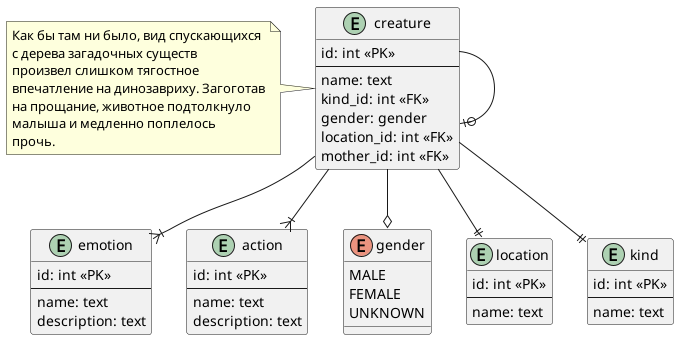
Above: doc/lab-1/report/img/low-er-diagram.png in vityaman-edu/db-labs-basic (PlantUML), before the change. The source it was exported from:
```plantuml
@startuml Lab 1 Entity-Relation Diagram

entity creature {
    id: int <<PK>>
    --
    name: text
    kind_id: int <<FK>>
    gender: gender
    location_id: int <<FK>>
    mother_id: int <<FK>>
}

entity emotion {
    id: int <<PK>>
    --
    name: text
    description: text
}

entity action {
    id: int <<PK>>
    --
    name: text
    description: text
}

enum gender {
    MALE
    FEMALE
    UNKNOWN
}

entity location {
    id: int <<PK>>
    --
    name: text
}

entity kind {
    id: int <<PK>>
    --
    name: text
}

creature --||kind
creature --o gender
creature --||location
creature --|{ emotion
creature --|{ action
creature --o| creature

note left of creature
  Как бы там ни было, вид спускающихся
  с дерева загадочных существ
  произвел слишком тягостное
  впечатление на динозавриху. Загоготав
  на прощание, животное подтолкнуло
  малыша и медленно поплелось
  прочь.
end note

@enduml
```
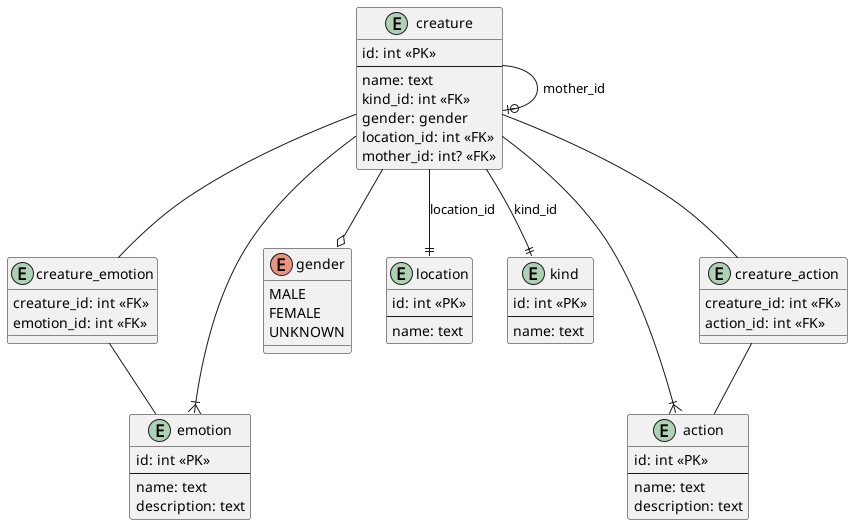
After the commit.

Commit message:
[lab][1][doc] edited ER-Diagrams

Change to the diagram source:
```diff
@@ -7,7 +7,7 @@
     kind_id: int <<FK>>
     gender: gender
     location_id: int <<FK>>
-    mother_id: int <<FK>>
+    mother_id: int? <<FK>>
 }
 
 entity emotion {
@@ -42,21 +42,28 @@
     name: text
 }
 
-creature --||kind
+entity creature_emotion {
+    creature_id: int <<FK>>
+    emotion_id: int <<FK>>
+}
+
+entity creature_action {
+    creature_id: int <<FK>>
+    action_id: int <<FK>>
+}
+
+creature --||kind : kind_id
+creature --||location : location_id
+creature --o| creature : mother_id
+
+creature --|{ emotion
+creature -- creature_emotion
+creature_emotion -- emotion
+
+creature --|{ action
+creature -- creature_action
+creature_action -- action
+
 creature --o gender
-creature --||location
-creature --|{ emotion
-creature --|{ action
-creature --o| creature
-
-note left of creature
-  Как бы там ни было, вид спускающихся
-  с дерева загадочных существ
-  произвел слишком тягостное
-  впечатление на динозавриху. Загоготав
-  на прощание, животное подтолкнуло
-  малыша и медленно поплелось
-  прочь.
-end note
 
 @enduml
```
